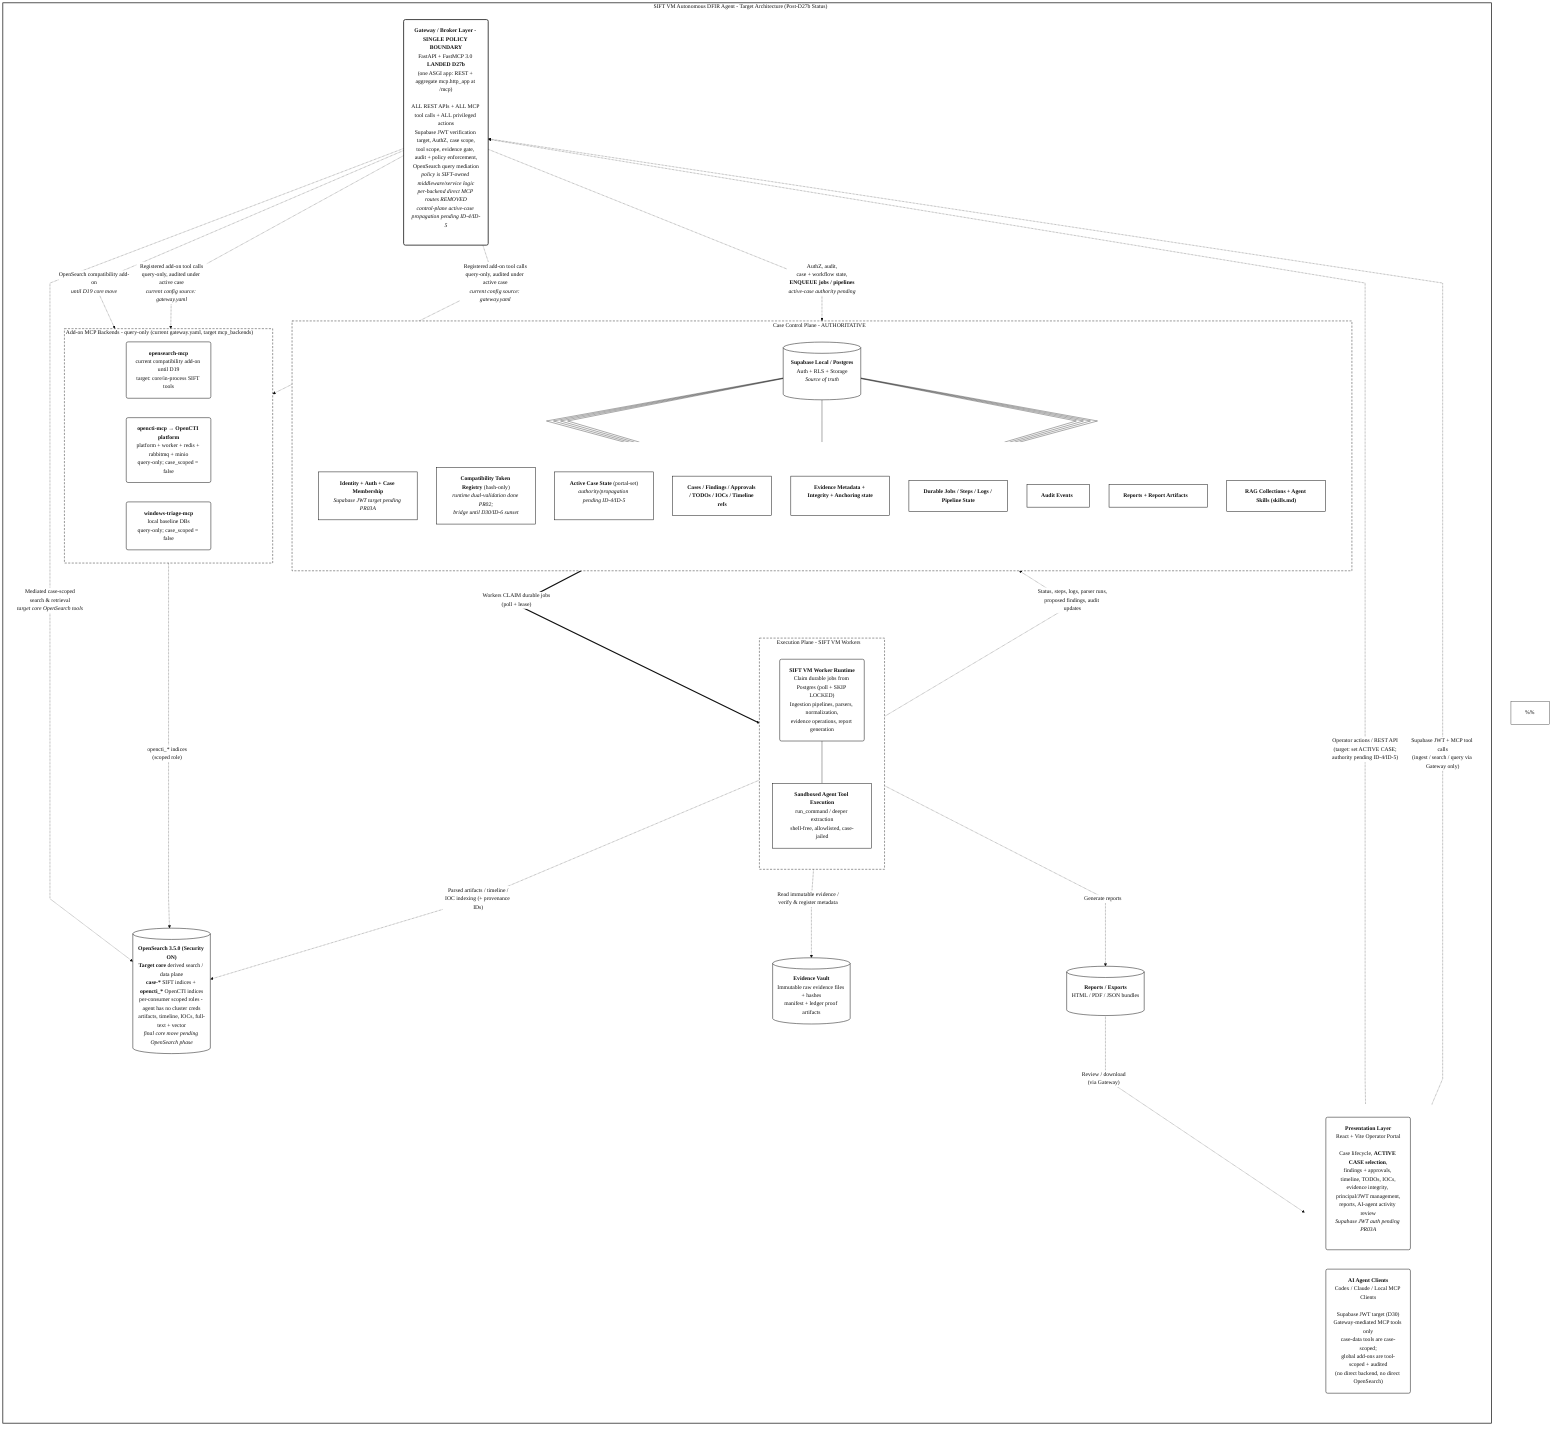
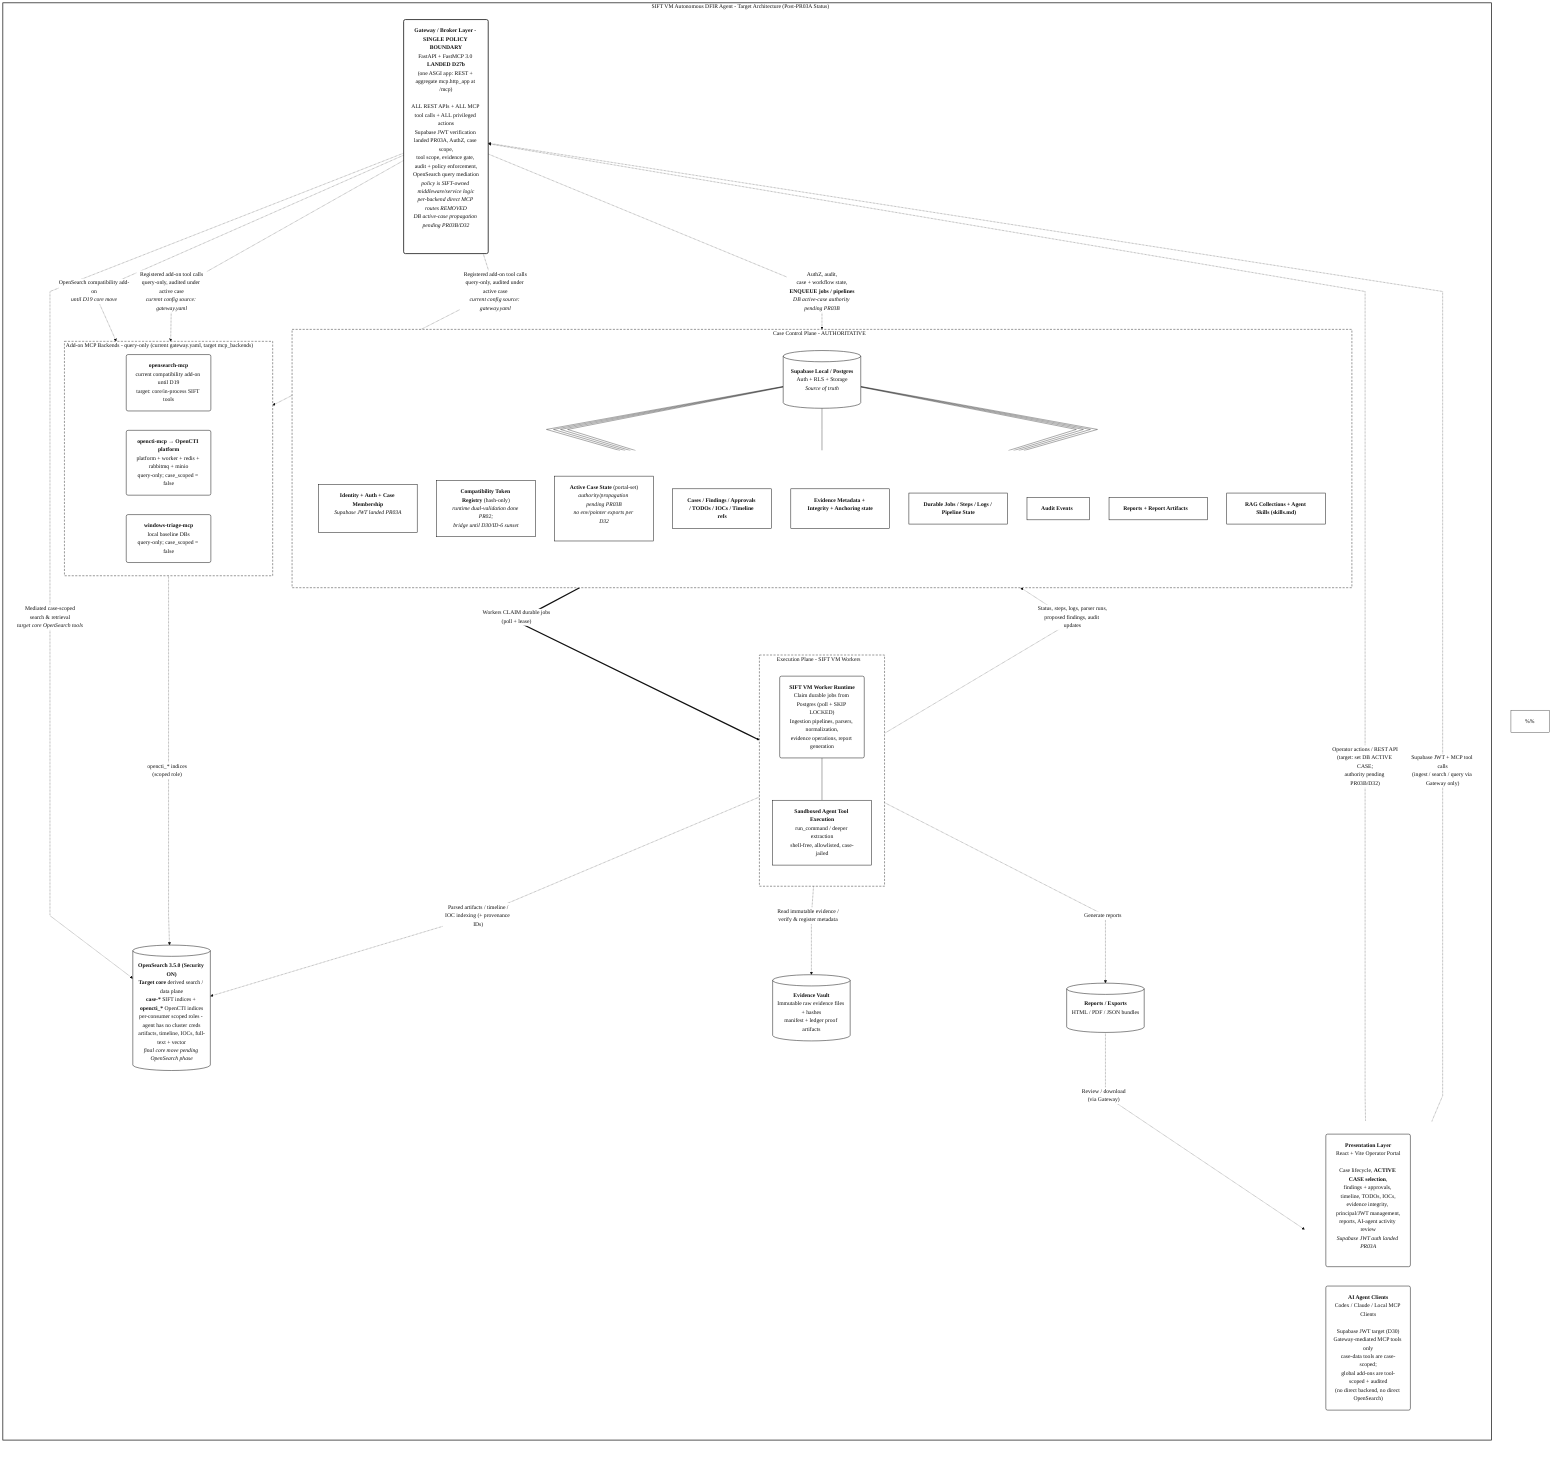
%%{init: {
  "theme": "base",
  "themeVariables": {
    "fontFamily": "Arial, Helvetica, sans-serif",
    "primaryColor": "#ffffff",
    "primaryTextColor": "#111111",
    "primaryBorderColor": "#111111",
    "lineColor": "#111111",
    "clusterBkg": "#ffffff",
    "clusterBorder": "#111111",
    "edgeLabelBackground": "#ffffff"
  },
  "flowchart": {
    "curve": "linear",
    "htmlLabels": true,
    "nodeSpacing": 55,
    "rankSpacing": 70,
    "padding": 20
  }
}}%%

flowchart TB

  %% =========================================================
  %% SIFT VM Autonomous DFIR Agent - target architecture with current
-   %% post-D27b migration status called out.
+   %% post-PR03A migration status and PR03B target called out.
  %%
  %% Canonical decisions reflected in this diagram (see
  %% 00_migration_charter.md "Confirmed Decisions (Locked)"):
  %%  - The Gateway is the SINGLE policy boundary. ALL REST APIs,
  %%    ALL MCP tool calls, and ALL privileged actions go through it.
  %%    Per-backend direct MCP routes (/mcp/{name}) are DISABLED.
  %%  - Supabase/Postgres is the authoritative control plane.
  %%  - Final auth target (D30): Supabase-issued JWTs for humans,
  %%    agents, MCP clients, workers, and services. PR02 hash-token
  %%    registry is a compatibility bridge until sunset.
  %%  - There is NEVER a direct job/invoke to the Evidence Vault.
  %%    Tool calls (ingest/search/etc.) enter the Gateway, which
  %%    enqueues durable jobs/pipelines in the control plane; workers
  %%    CLAIM (poll + SKIP LOCKED) those jobs and run the pipelines.
  %%  - TARGET: ACTIVE CASE is selected by the operator in the portal only,
  %%    is authoritative in the control plane, and the Gateway propagates it
-   %%    to every backend/API/tool call. CURRENT: this is still pending
-   %%    Phase ID-4/ID-5; D27b preserved legacy compatibility.
+   %%    to every backend/API/tool call. D32/PR03B drops env/config/pointer
+   %%    active-case authority and does not generate active-case exports.
  %%  - OpenSearch 3.5.0 with security ENABLED is the derived
  %%    search/data plane. It is never authoritative.
  %%  - AI agents reach tools ONLY through Gateway MCP tools and run
  %%    deeper analysis in a sandboxed, allowlisted execution plane.
  %% Note: Mermaid auto-layout is not pixel-perfect.
  %% =========================================================

-   subgraph SYSTEM["SIFT VM Autonomous DFIR Agent - Target Architecture (Post-D27b Status)"]
+   subgraph SYSTEM["SIFT VM Autonomous DFIR Agent - Target Architecture (Post-PR03A Status)"]
    direction TB

    %% -------------------------
    %% Clients
    %% -------------------------
    subgraph CLIENTS[" "]
      direction LR

-       Portal("<b>Presentation Layer</b><br/>React + Vite Operator Portal<br/><br/>Case lifecycle, <b>ACTIVE CASE selection</b>,<br/>findings + approvals, timeline, TODOs, IOCs,<br/>evidence integrity, principal/JWT management,<br/>reports, AI-agent activity review<br/><i>Supabase JWT auth pending PR03A</i>")
+       Portal("<b>Presentation Layer</b><br/>React + Vite Operator Portal<br/><br/>Case lifecycle, <b>ACTIVE CASE selection</b>,<br/>findings + approvals, timeline, TODOs, IOCs,<br/>evidence integrity, principal/JWT management,<br/>reports, AI-agent activity review<br/><i>Supabase JWT auth landed PR03A</i>")

      Agents("<b>AI Agent Clients</b><br/>Codex / Claude / Local MCP Clients<br/><br/>Supabase JWT target (D30)<br/>Gateway-mediated MCP tools only<br/>case-data tools are case-scoped;<br/>global add-ons are tool-scoped + audited<br/>(no direct backend, no direct OpenSearch)")
    end

    %% -------------------------
    %% Gateway - single policy boundary
    %% -------------------------
-     Gateway("<b>Gateway / Broker Layer - SINGLE POLICY BOUNDARY</b><br/>FastAPI + FastMCP 3.0 <b>LANDED D27b</b><br/>(one ASGI app: REST + aggregate mcp.http_app at /mcp)<br/><br/>ALL REST APIs + ALL MCP tool calls + ALL privileged actions<br/>Supabase JWT verification target, AuthZ, case scope,<br/>tool scope, evidence gate, audit + policy enforcement,<br/>OpenSearch query mediation<br/><i>policy is SIFT-owned middleware/service logic</i><br/><i>per-backend direct MCP routes REMOVED</i><br/><i>control-plane active-case propagation pending ID-4/ID-5</i>")
+     Gateway("<b>Gateway / Broker Layer - SINGLE POLICY BOUNDARY</b><br/>FastAPI + FastMCP 3.0 <b>LANDED D27b</b><br/>(one ASGI app: REST + aggregate mcp.http_app at /mcp)<br/><br/>ALL REST APIs + ALL MCP tool calls + ALL privileged actions<br/>Supabase JWT verification landed PR03A, AuthZ, case scope,<br/>tool scope, evidence gate, audit + policy enforcement,<br/>OpenSearch query mediation<br/><i>policy is SIFT-owned middleware/service logic</i><br/><i>per-backend direct MCP routes REMOVED</i><br/><i>DB active-case propagation pending PR03B/D32</i>")

    %% -------------------------
    %% Control plane (authoritative)
    %% -------------------------
    subgraph CONTROL["Case Control Plane - AUTHORITATIVE"]
      direction TB

      Supabase[("<b>Supabase Local / Postgres</b><br/>Auth + RLS + Storage<br/><i>Source of truth</i>")]

      subgraph CP_BOXES[" "]
        direction TB
-         B1["<b>Identity + Auth + Case Membership</b><br/><i>Supabase JWT target pending PR03A</i>"]
+         B1["<b>Identity + Auth + Case Membership</b><br/><i>Supabase JWT landed PR03A</i>"]
        B2["<b>Compatibility Token Registry</b> (hash-only)<br/><i>runtime dual-validation done PR02;<br/>bridge until D30/ID-6 sunset</i>"]
-         B3["<b>Active Case State</b> (portal-set)<br/><i>authority/propagation pending ID-4/ID-5</i>"]
+         B3["<b>Active Case State</b> (portal-set)<br/><i>authority/propagation pending PR03B<br/>no env/pointer exports per D32</i>"]
        B4["<b>Cases / Findings / Approvals / TODOs / IOCs / Timeline refs</b>"]
        B5["<b>Evidence Metadata + Integrity + Anchoring state</b>"]
        B6["<b>Durable Jobs / Steps / Logs / Pipeline State</b>"]
        B7["<b>Audit Events</b>"]
        B8["<b>Reports + Report Artifacts</b>"]
        B9["<b>RAG Collections + Agent Skills (skills.md)</b>"]
      end

      Supabase --- B1
      Supabase --- B2
      Supabase --- B3
      Supabase --- B4
      Supabase --- B5
      Supabase --- B6
      Supabase --- B7
      Supabase --- B8
      Supabase --- B9
    end

    %% -------------------------
    %% Data plane + Evidence vault
    %% -------------------------
    OpenSearch[("<b>OpenSearch 3.5.0 (Security ON)</b><br/><b>Target core</b> derived search / data plane<br/><b>case-*</b> SIFT indices + <b>opencti_*</b> OpenCTI indices<br/>per-consumer scoped roles - agent has no cluster creds<br/>artifacts, timeline, IOCs, full-text + vector<br/><i>final core move pending OpenSearch phase</i>")]

    Evidence[("<b>Evidence Vault</b><br/>Immutable raw evidence files + hashes<br/>manifest + ledger proof artifacts")]

    %% -------------------------
    %% Execution plane
    %% -------------------------
    subgraph EXECUTION["Execution Plane - SIFT VM Workers"]
      direction TB

      Worker("<b>SIFT VM Worker Runtime</b><br/>Claim durable jobs from Postgres (poll + SKIP LOCKED)<br/>Ingestion pipelines, parsers, normalization,<br/>evidence operations, report generation")

      Sandbox["<b>Sandboxed Agent Tool Execution</b><br/>run_command / deeper extraction<br/>shell-free, allowlisted, case-jailed"]

      Worker --- Sandbox
    end

    Reports[("<b>Reports / Exports</b><br/>HTML / PDF / JSON bundles")]

    %% -------------------------
    %% Add-on MCP backends (target: registered in control-plane mcp_backends;
    %% current: read from gateway.yaml until D22/F-11 lands; reached ONLY
    %% through the Gateway aggregate policy path)
    %% -------------------------
    subgraph ADDONS["Add-on MCP Backends - query-only (current gateway.yaml, target mcp_backends)"]
      direction LR
      OpenSearchCompat("<b>opensearch-mcp</b><br/>current compatibility add-on until D19<br/>target: core/in-process SIFT tools")
      OpenCTI("<b>opencti-mcp</b> &rarr; <b>OpenCTI platform</b><br/>platform + worker + redis + rabbitmq + minio<br/>query-only; case_scoped = false")
      WinTriage("<b>windows-triage-mcp</b><br/>local baseline DBs<br/>query-only; case_scoped = false")
    end

    %% Note: OpenSearch and RAG are TARGET CORE, not long-term add-ons (D19/D23).
    %% OpenSearch may still appear through gateway.yaml/proxy compatibility until
    %% the later OpenSearch-core phase retires its add-on registration.
    %% RAG retrieval is a core control-plane tool over Supabase pgvector.

    %% -------------------------
    %% Flows
    %% -------------------------
-     Portal -. "Operator actions / REST API<br/>(target: set ACTIVE CASE;<br/>authority pending ID-4/ID-5)" .-> Gateway
+     Portal -. "Operator actions / REST API<br/>(target: set DB ACTIVE CASE;<br/>authority pending PR03B/D32)" .-> Gateway
    Agents -. "Supabase JWT + MCP tool calls<br/>(ingest / search / query via Gateway only)" .-> Gateway

-     Gateway -. "AuthZ, audit,<br/>case + workflow state,<br/><b>ENQUEUE jobs / pipelines</b><br/><i>active-case authority pending</i>" .-> Supabase
+     Gateway -. "AuthZ, audit,<br/>case + workflow state,<br/><b>ENQUEUE jobs / pipelines</b><br/><i>DB active-case authority pending PR03B</i>" .-> Supabase
    Gateway -. "Mediated case-scoped<br/>search & retrieval<br/><i>target core OpenSearch tools</i>" .-> OpenSearch
    Gateway -. "OpenSearch compatibility add-on<br/><i>until D19 core move</i>" .-> OpenSearchCompat
    Gateway -. "Registered add-on tool calls<br/>query-only, audited under active case<br/><i>current config source: gateway.yaml</i>" .-> OpenCTI
    Gateway -. "Registered add-on tool calls<br/>query-only, audited under active case<br/><i>current config source: gateway.yaml</i>" .-> WinTriage
    OpenCTI -. "opencti_* indices<br/>(scoped role)" .-> OpenSearch

    Supabase == "Workers CLAIM durable jobs<br/>(poll + lease)" ==> EXECUTION
    EXECUTION -. "Status, steps, logs, parser runs,<br/>proposed findings, audit updates" .-> Supabase

    EXECUTION -. "Parsed artifacts / timeline /<br/>IOC indexing (+ provenance IDs)" .-> OpenSearch
    EXECUTION -. "Read immutable evidence /<br/>verify & register metadata" .-> Evidence
    EXECUTION -. "Generate reports" .-> Reports

    Reports -. "Review / download<br/>(via Gateway)" .-> Portal
  end

  %% =========================================================
  %% Styling
  %% =========================================================
  classDef box fill:#ffffff,stroke:#111111,stroke-width:1.4px,color:#111111;
  classDef db fill:#ffffff,stroke:#111111,stroke-width:1.4px,color:#111111;
  classDef group fill:#ffffff,stroke:#111111,stroke-width:1.2px,stroke-dasharray: 6 4,color:#111111;
  classDef outer fill:#ffffff,stroke:#111111,stroke-width:2px,color:#111111;
  classDef gw fill:#ffffff,stroke:#111111,stroke-width:2.2px,color:#111111;

  class Portal,Agents,B1,B2,B3,B4,B5,B6,B7,B8,B9,Worker,Sandbox,OpenSearchCompat,OpenCTI,WinTriage box;
  class Supabase,OpenSearch,Evidence,Reports db;
  class Gateway gw;
  class CONTROL,EXECUTION,ADDONS group;
  class SYSTEM outer;

  style CLIENTS fill:#ffffff,stroke:transparent
  style CP_BOXES fill:#ffffff,stroke:transparent
